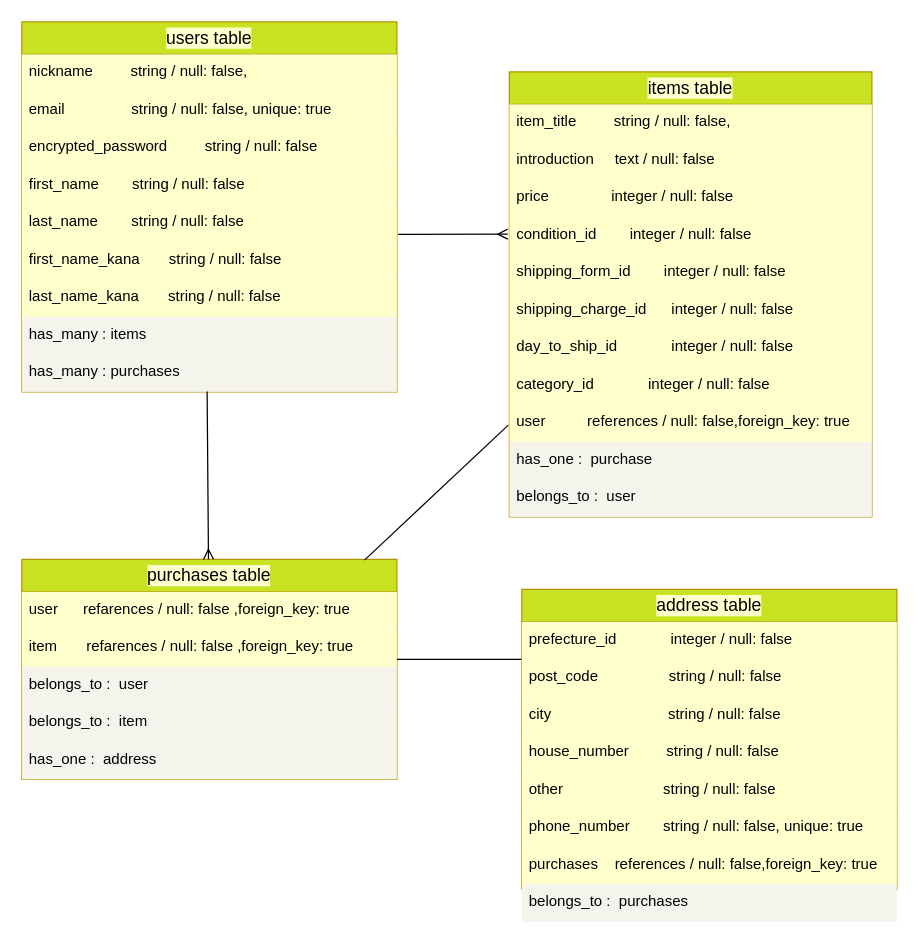
Before: README.dio in fujiedaUdonya/furima-38858, a draw.io diagram. Source tidied: cells renumbered, new cells numbered last; positions are measured from the earlier drawing's top-left corner, leaving out a move shared by most shapes. Both pictures are drawn from the tidied source at 125%, with x=0, y=0 at pixel (21, 21).
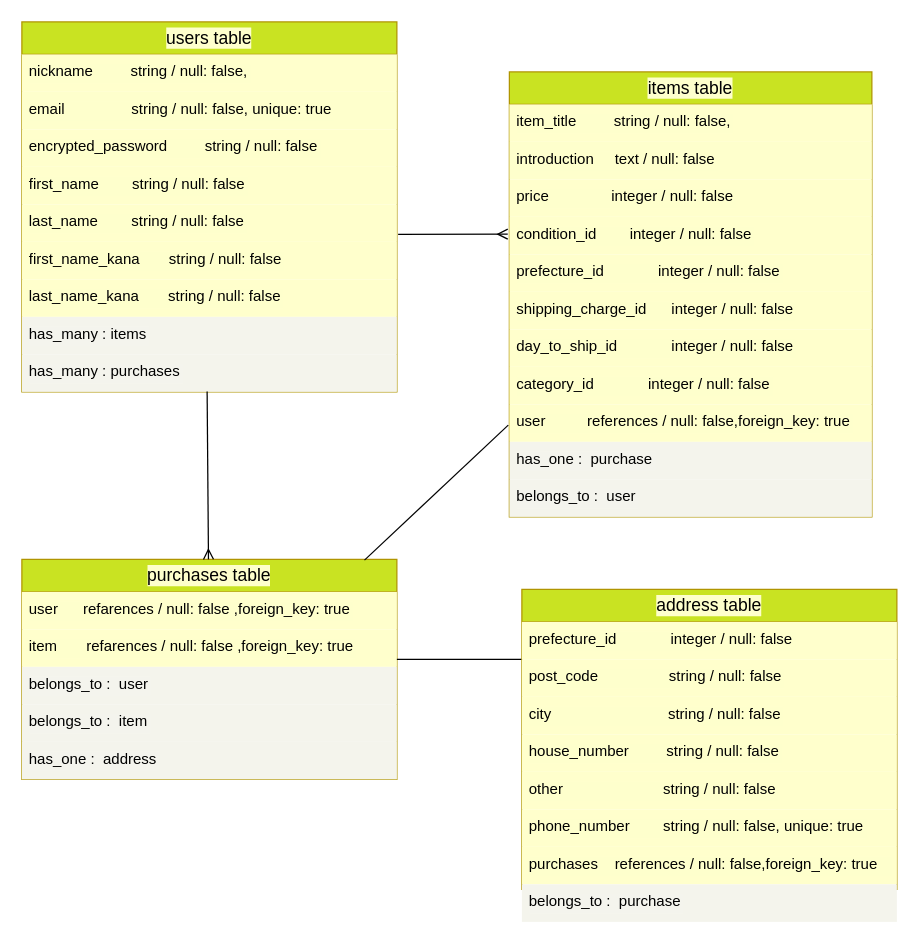
The same page after the edit.

Commit message (it also covers changes not shown here):
修正3:ER図とテーブルの作成

The change refers to these unchanged cells:
```xml
<mxCell id="12" value="items table" style="swimlane;fontStyle=0;horizontal=1;startSize=26;align=center;fontSize=14;labelBackgroundColor=#feffcc;labelBorderColor=none;strokeColor=#B09500;fontColor=#000000;fillColor=#C9E322;whiteSpace=wrap;" parent="1" vertex="1">
  <mxGeometry x="390" y="40" width="290" height="356" as="geometry" />
</mxCell>
<mxCell id="35" style="group;" parent="1" vertex="1">
  <mxGeometry x="400" y="480" width="300" height="240" as="geometry" />
</mxCell>
```

What changed in the source:
```diff
@@
-    <mxCell id="17" value="shipping_form_id        integer / null: false" style="text;strokeColor=none;fillColor=#FFFFCC;spacingLeft=4;spacingRight=4;overflow=hidden;fontSize=12;labelBackgroundColor=#feffcc;labelBorderColor=none;fontColor=#000000;" parent="12" vertex="1">
+    <mxCell id="17" value="prefecture_id             integer / null: false" style="text;strokeColor=none;fillColor=#FFFFCC;spacingLeft=4;spacingRight=4;overflow=hidden;fontSize=12;labelBackgroundColor=#feffcc;labelBorderColor=none;fontColor=#000000;" parent="12" vertex="1">
       <mxGeometry y="146" width="290" height="30" as="geometry" />
     </mxCell>
@@
-    <mxCell id="42" value="belongs_to :  purchases" style="text;strokeColor=none;fillColor=#f4f4ec;spacingLeft=4;spacingRight=4;overflow=hidden;fontSize=12;labelBackgroundColor=#f4f4ed;labelBorderColor=none;fontColor=#000000;" parent="35" vertex="1">
+    <mxCell id="42" value="belongs_to :  purchase" style="text;strokeColor=none;fillColor=#f4f4ec;spacingLeft=4;spacingRight=4;overflow=hidden;fontSize=12;labelBackgroundColor=#f4f4ed;labelBorderColor=none;fontColor=#000000;" parent="35" vertex="1">
       <mxGeometry y="210" width="300" height="30" as="geometry" />
     </mxCell>
```
